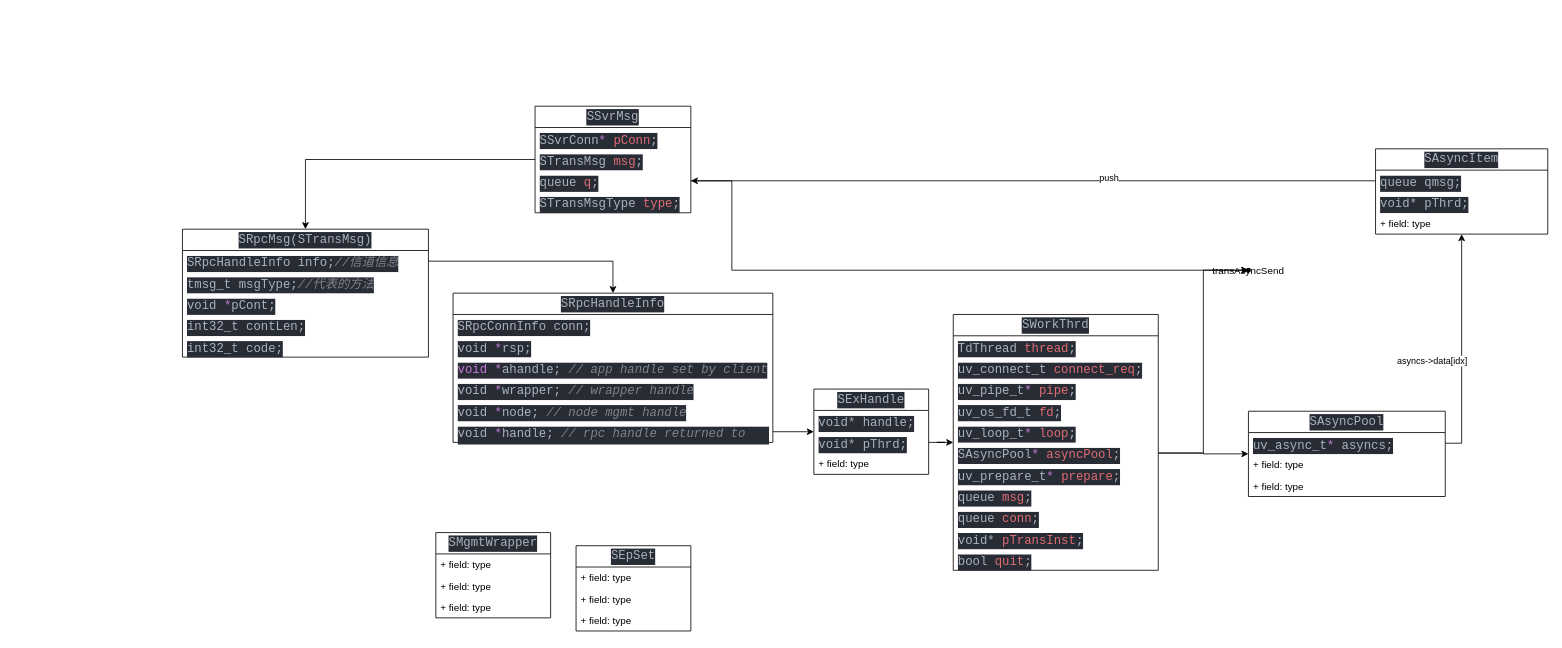
Earlier version of the draw.io diagram TDengine_tmsgcb_libuv.drawio (iTheds/draft_diagrams). Source tidied: cells renumbered, new cells numbered last; positions are measured from the earlier drawing's top-left corner, leaving out a move shared by most shapes. Both pictures are drawn from the tidied source at 82%, with x=0, y=0 at pixel (182, 106).
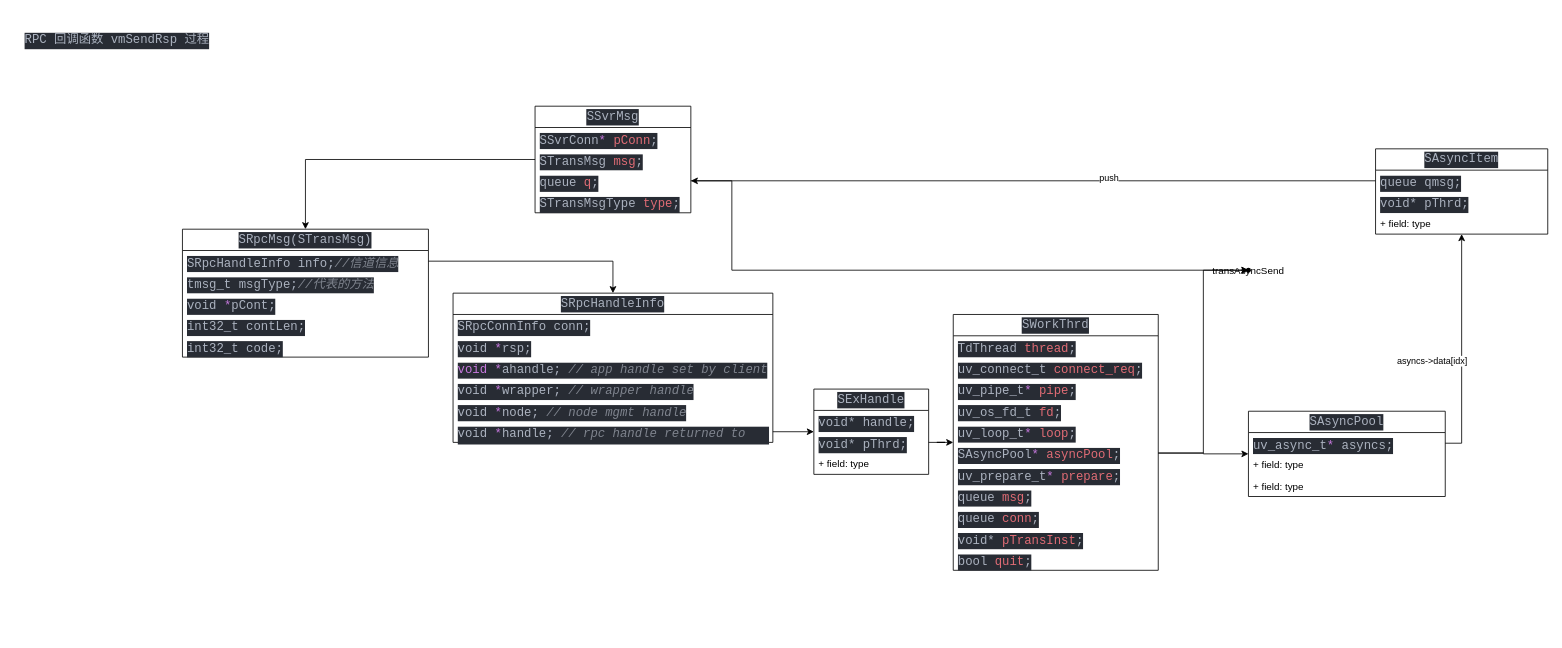
The same page after the edit.

The edit, as a diff of the source:
```diff
@@
-    <mxCell id="8" value="&lt;div style=&quot;color: rgb(171, 178, 191); background-color: rgb(40, 44, 52); font-family: &amp;quot;Cascadia Code&amp;quot;, &amp;quot;Cascadia Code&amp;quot;, monospace, &amp;quot;Droid Sans Mono&amp;quot;, &amp;quot;monospace&amp;quot;, monospace; font-weight: normal; font-size: 15px; line-height: 20px;&quot;&gt;&lt;div&gt;SEpSet&lt;/div&gt;&lt;/div&gt;" style="swimlane;fontStyle=0;horizontal=1;startSize=26;fillColor=none;whiteSpace=wrap;html=1;" parent="1" vertex="1">
-      <mxGeometry x="480" y="536" width="140" height="104" as="geometry" />
-    </mxCell>
-    <mxCell id="9" value="+ field: type" style="text;strokeColor=none;fillColor=none;align=left;verticalAlign=top;spacingLeft=4;spacingRight=4;overflow=hidden;whiteSpace=wrap;html=1;" parent="8" vertex="1">
-      <mxGeometry y="26" width="140" height="26" as="geometry" />
-    </mxCell>
-    <mxCell id="10" value="+ field: type" style="text;strokeColor=none;fillColor=none;align=left;verticalAlign=top;spacingLeft=4;spacingRight=4;overflow=hidden;whiteSpace=wrap;html=1;" parent="8" vertex="1">
-      <mxGeometry y="52" width="140" height="26" as="geometry" />
-    </mxCell>
-    <mxCell id="11" value="+ field: type" style="text;strokeColor=none;fillColor=none;align=left;verticalAlign=top;spacingLeft=4;spacingRight=4;overflow=hidden;whiteSpace=wrap;html=1;" parent="8" vertex="1">
-      <mxGeometry y="78" width="140" height="26" as="geometry" />
-    </mxCell>
-    <mxCell id="12" value="&lt;div style=&quot;color: rgb(171, 178, 191); background-color: rgb(40, 44, 52); font-family: &amp;quot;Cascadia Code&amp;quot;, &amp;quot;Cascadia Code&amp;quot;, monospace, &amp;quot;Droid Sans Mono&amp;quot;, &amp;quot;monospace&amp;quot;, monospace; font-weight: normal; font-size: 15px; line-height: 20px;&quot;&gt;&lt;div&gt;SMgmtWrapper&lt;/div&gt;&lt;/div&gt;" style="swimlane;fontStyle=0;horizontal=1;startSize=26;fillColor=none;whiteSpace=wrap;html=1;" parent="1" vertex="1">
-      <mxGeometry x="309" y="520" width="140" height="104" as="geometry" />
-    </mxCell>
-    <mxCell id="13" value="+ field: type" style="text;strokeColor=none;fillColor=none;align=left;verticalAlign=top;spacingLeft=4;spacingRight=4;overflow=hidden;whiteSpace=wrap;html=1;" parent="12" vertex="1">
-      <mxGeometry y="26" width="140" height="26" as="geometry" />
-    </mxCell>
-    <mxCell id="14" value="+ field: type" style="text;strokeColor=none;fillColor=none;align=left;verticalAlign=top;spacingLeft=4;spacingRight=4;overflow=hidden;whiteSpace=wrap;html=1;" parent="12" vertex="1">
-      <mxGeometry y="52" width="140" height="26" as="geometry" />
-    </mxCell>
-    <mxCell id="15" value="+ field: type" style="text;strokeColor=none;fillColor=none;align=left;verticalAlign=top;spacingLeft=4;spacingRight=4;overflow=hidden;whiteSpace=wrap;html=1;" parent="12" vertex="1">
-      <mxGeometry y="78" width="140" height="26" as="geometry" />
-    </mxCell>
@@
+    <mxCell id="64" value="&lt;br&gt;&lt;div style=&quot;color: rgb(171, 178, 191); background-color: rgb(40, 44, 52); font-family: &amp;quot;Cascadia Code&amp;quot;, &amp;quot;Cascadia Code&amp;quot;, monospace, &amp;quot;Droid Sans Mono&amp;quot;, &amp;quot;monospace&amp;quot;, monospace; font-weight: normal; font-size: 15px; line-height: 20px;&quot;&gt;&lt;div&gt;RPC 回调函数 vmSendRsp 过程&lt;/div&gt;&lt;/div&gt;" style="text;html=1;align=center;verticalAlign=middle;strokeColor=none;fillColor=none;" parent="1" vertex="1">
+      <mxGeometry x="-205" y="-112" width="250" height="50" as="geometry" />
+    </mxCell>
```
